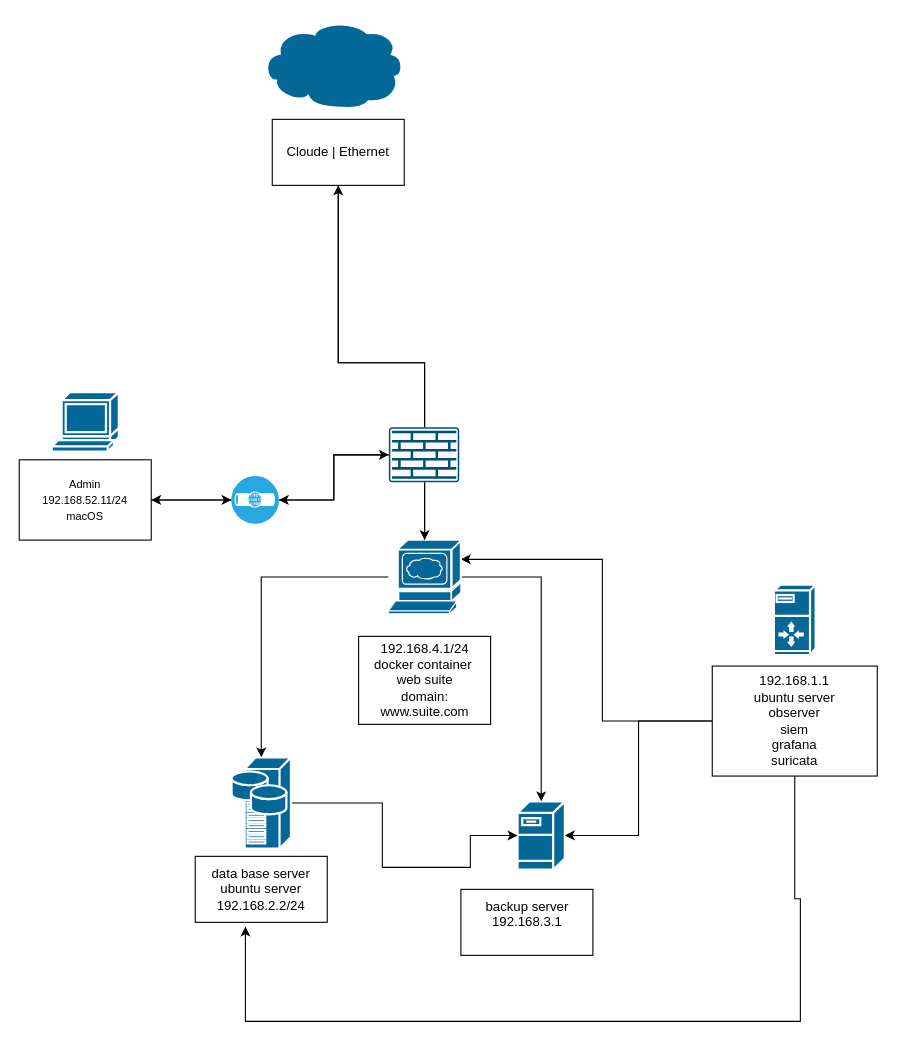
Before: draw&io/Untitled Diagram.drawio in atezo/Linux-Network-Foundation, a draw.io diagram. Source tidied: cells renumbered, new cells numbered last; positions are measured from the earlier drawing's top-left corner, leaving out a move shared by most shapes. Both pictures are drawn from the tidied source at 110%, with x=0, y=0 at pixel (19, 20).
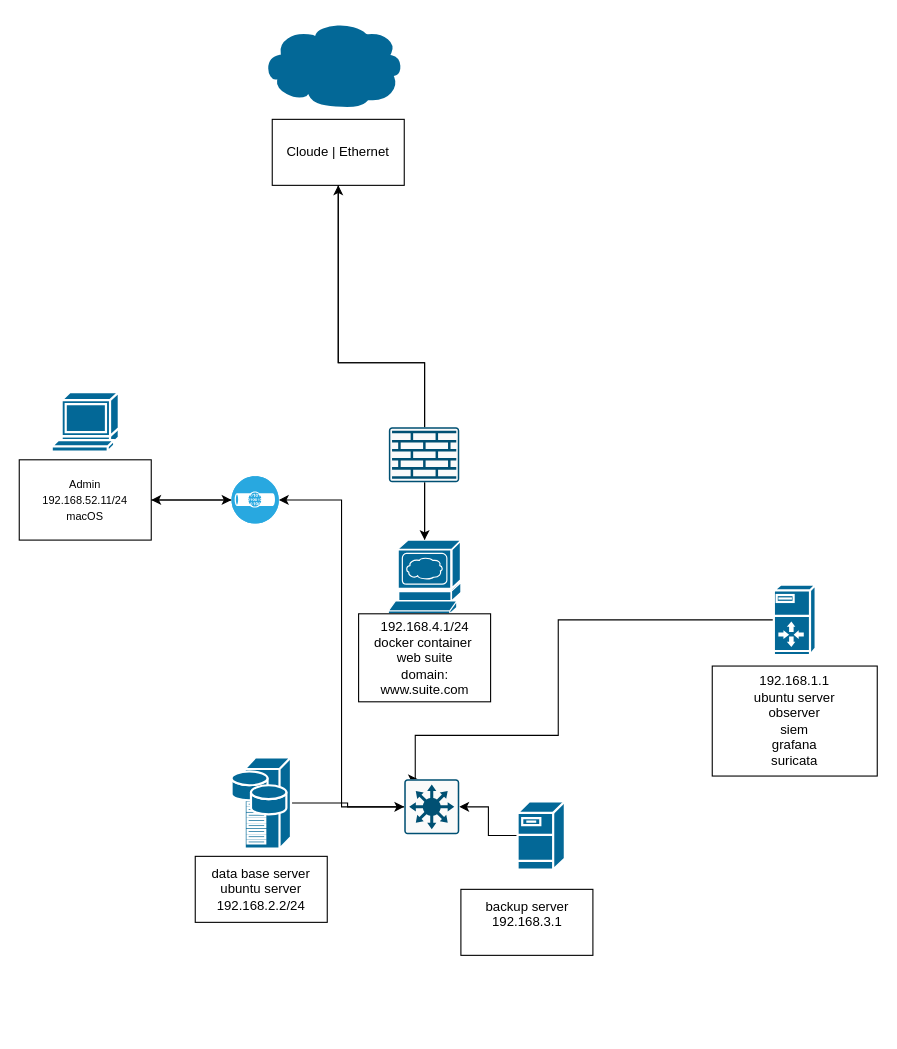
Above is the later version.

Unchanged cells that the change refers to:
```xml
<mxCell id="5" style="strokeColor=#ffffff;sketch=0;html=1;dashed=0;fillColor=#036897;strokeWidth=2;verticalLabelPosition=bottom;verticalAlign=top;align=center;outlineConnect=0;shape=mxgraph.cisco.servers.server_with_router;" parent="1" vertex="1">
  <mxGeometry x="686" y="513" width="38" height="64" as="geometry" />
</mxCell>
<mxCell id="8" value="192.168.1.1&lt;div&gt;ubuntu server&lt;/div&gt;&lt;div&gt;observer&lt;/div&gt;&lt;div&gt;siem&lt;/div&gt;&lt;div&gt;grafana&lt;/div&gt;&lt;div&gt;suricata&lt;/div&gt;" style="whiteSpace=wrap;html=1;" parent="1" vertex="1">
  <mxGeometry x="630" y="587" width="150" height="100" as="geometry" />
</mxCell>
<mxCell id="9" style="strokeColor=#ffffff;sketch=0;html=1;dashed=0;fillColor=#036897;strokeWidth=2;verticalLabelPosition=bottom;verticalAlign=top;align=center;outlineConnect=0;shape=mxgraph.cisco.servers.fileserver;" parent="1" vertex="1">
  <mxGeometry x="453" y="710" width="43" height="62" as="geometry" />
</mxCell>
<mxCell id="11" style="strokeColor=#ffffff;sketch=0;html=1;dashed=0;fillColor=#036897;strokeWidth=2;verticalLabelPosition=bottom;verticalAlign=top;align=center;outlineConnect=0;shape=mxgraph.cisco.servers.storage_server;" parent="1" vertex="1">
  <mxGeometry x="193" y="670" width="54" height="83" as="geometry" />
</mxCell>
<mxCell id="15" style="strokeColor=#ffffff;sketch=0;html=1;dashed=0;fillColor=#036897;strokeWidth=2;verticalLabelPosition=bottom;verticalAlign=top;align=center;outlineConnect=0;shape=mxgraph.cisco.servers.www_server;" parent="1" vertex="1">
  <mxGeometry x="335.5" y="472.5" width="66" height="67" as="geometry" />
</mxCell>
<mxCell id="17" value="data base server&lt;div&gt;ubuntu server&lt;/div&gt;&lt;div&gt;192.168.2.2/24&lt;/div&gt;" style="whiteSpace=wrap;html=1;" parent="1" vertex="1">
  <mxGeometry x="160" y="760" width="120" height="60" as="geometry" />
</mxCell>
<mxCell id="23" style="sketch=0;points=[[0.015,0.015,0],[0.985,0.015,0],[0.985,0.985,0],[0.015,0.985,0],[0.25,0,0],[0.5,0,0],[0.75,0,0],[1,0.25,0],[1,0.5,0],[1,0.75,0],[0.75,1,0],[0.5,1,0],[0.25,1,0],[0,0.75,0],[0,0.5,0],[0,0.25,0]];verticalLabelPosition=bottom;html=1;verticalAlign=top;align=center;shape=mxgraph.cisco19.rect;prIcon=firewall;fillColor=#FAFAFA;strokeColor=#005073;" parent="1" vertex="1">
  <mxGeometry x="336" y="370" width="64" height="50" as="geometry" />
</mxCell>
<mxCell id="27" style="fillColor=#28A8E0;verticalLabelPosition=bottom;sketch=0;html=1;strokeColor=#ffffff;verticalAlign=top;align=center;points=[[0.145,0.145,0],[0.5,0,0],[0.855,0.145,0],[1,0.5,0],[0.855,0.855,0],[0.5,1,0],[0.145,0.855,0],[0,0.5,0]];shape=mxgraph.cisco_safe.compositeIcon;bgIcon=ellipse;resIcon=mxgraph.cisco_safe.capability.virtual_private_network;" parent="1" vertex="1">
  <mxGeometry x="193" y="414.5" width="43" height="43" as="geometry" />
</mxCell>
```

Change to the diagram source:
```diff
@@
+    <mxCell id="28" style="edgeStyle=orthogonalEdgeStyle;rounded=0;jettySize=auto;html=1;entryX=0.25;entryY=0;entryDx=0;entryDy=0;entryPerimeter=0;" parent="1" edge="1" source="5" target="31">
+      <mxGeometry relative="1" as="geometry">
+        <Array as="points">
+          <mxPoint x="490" y="545" />
+          <mxPoint x="490" y="650" />
+          <mxPoint x="360" y="650" />
+          <mxPoint x="360" y="690" />
+        </Array>
+      </mxGeometry>
+    </mxCell>
@@
-    <mxCell id="6" style="edgeStyle=orthogonalEdgeStyle;rounded=0;jettySize=auto;html=1;" parent="1" edge="1" source="8" target="15">
-      <mxGeometry relative="1" as="geometry">
-        <Array as="points">
-          <mxPoint x="530.1" y="637.1" />
-          <mxPoint x="530.1" y="490" />
-        </Array>
-      </mxGeometry>
-    </mxCell>
-    <mxCell id="7" style="edgeStyle=orthogonalEdgeStyle;rounded=0;jettySize=auto;html=1;entryX=0.38;entryY=1.063;entryDx=0;entryDy=0;entryPerimeter=0;" parent="1" edge="1" source="8" target="17">
-      <mxGeometry relative="1" as="geometry">
-        <Array as="points">
-          <mxPoint x="705" y="798.5" />
-          <mxPoint x="710.1" y="798.5" />
-          <mxPoint x="710.1" y="910" />
-          <mxPoint x="205.6" y="910" />
-        </Array>
-      </mxGeometry>
-    </mxCell>
@@
+    <mxCell id="29" style="edgeStyle=orthogonalEdgeStyle;rounded=0;jettySize=auto;html=1;" parent="1" edge="1" source="9" target="31">
+      <mxGeometry relative="1" as="geometry" />
+    </mxCell>
@@
-    <mxCell id="10" style="edgeStyle=orthogonalEdgeStyle;rounded=0;jettySize=auto;html=1;entryX=0;entryY=0.5;entryDx=0;entryDy=0;entryPerimeter=0;" parent="1" edge="1" source="11" target="9">
-      <mxGeometry relative="1" as="geometry">
-        <Array as="points">
-          <mxPoint x="330.1" y="711.5" />
-          <mxPoint x="330.1" y="770" />
-          <mxPoint x="410.1" y="770" />
-          <mxPoint x="410.1" y="740.9" />
-        </Array>
-      </mxGeometry>
-    </mxCell>
+    <mxCell id="30" style="edgeStyle=orthogonalEdgeStyle;rounded=0;jettySize=auto;html=1;" parent="1" edge="1" source="11" target="31">
+      <mxGeometry relative="1" as="geometry" />
+    </mxCell>
@@
-    <mxCell id="12" style="edgeStyle=orthogonalEdgeStyle;rounded=0;jettySize=auto;html=1;" parent="1" edge="1" source="15" target="11">
-      <mxGeometry relative="1" as="geometry" />
-    </mxCell>
-    <mxCell id="13" style="edgeStyle=orthogonalEdgeStyle;rounded=0;jettySize=auto;html=1;entryX=0.5;entryY=0;entryDx=0;entryDy=0;entryPerimeter=0;" parent="1" edge="1" source="15" target="9">
-      <mxGeometry relative="1" as="geometry" />
-    </mxCell>
@@
     <mxCell id="16" value="192.168.4.1/24&lt;div&gt;docker container&amp;nbsp;&lt;/div&gt;&lt;div&gt;web suite&lt;/div&gt;&lt;div&gt;domain: www.suite.com&lt;/div&gt;" style="whiteSpace=wrap;html=1;" parent="1" vertex="1">
-      <mxGeometry x="308.5" y="560" width="120" height="80" as="geometry" />
+      <mxGeometry x="308.5" y="539.5" width="120" height="80" as="geometry" />
     </mxCell>
@@
-    <mxCell id="20" style="edgeStyle=orthogonalEdgeStyle;rounded=0;jettySize=auto;html=1;entryX=1;entryY=0.5;entryDx=0;entryDy=0;entryPerimeter=0;" parent="1" edge="1" source="8" target="9">
-      <mxGeometry relative="1" as="geometry" />
-    </mxCell>
@@
-    <mxCell id="24" style="edgeStyle=orthogonalEdgeStyle;rounded=0;jettySize=auto;html=1;entryX=0;entryY=0.5;entryDx=0;entryDy=0;entryPerimeter=0;" parent="1" edge="1" source="27" target="23">
-      <mxGeometry relative="1" as="geometry" />
-    </mxCell>
@@
-    <mxCell id="26" style="edgeStyle=orthogonalEdgeStyle;rounded=0;jettySize=auto;html=1;entryX=1;entryY=0.5;entryDx=0;entryDy=0;" parent="1" edge="1" source="23" target="27">
+    <mxCell id="26" style="edgeStyle=orthogonalEdgeStyle;rounded=0;jettySize=auto;html=1;entryX=1;entryY=0.5;entryDx=0;entryDy=0;exitX=0;exitY=0.5;exitDx=0;exitDy=0;exitPerimeter=0;" parent="1" edge="1" source="31" target="27">
       <mxGeometry relative="1" as="geometry" />
     </mxCell>
@@
+    <mxCell id="31" style="sketch=0;points=[[0.015,0.015,0],[0.985,0.015,0],[0.985,0.985,0],[0.015,0.985,0],[0.25,0,0],[0.5,0,0],[0.75,0,0],[1,0.25,0],[1,0.5,0],[1,0.75,0],[0.75,1,0],[0.5,1,0],[0.25,1,0],[0,0.75,0],[0,0.5,0],[0,0.25,0]];verticalLabelPosition=bottom;html=1;verticalAlign=top;align=center;shape=mxgraph.cisco19.rect;prIcon=l3_switch;fillColor=#FAFAFA;strokeColor=#005073;" parent="1" vertex="1">
+      <mxGeometry x="350" y="690" width="50" height="50" as="geometry" />
+    </mxCell>
```
